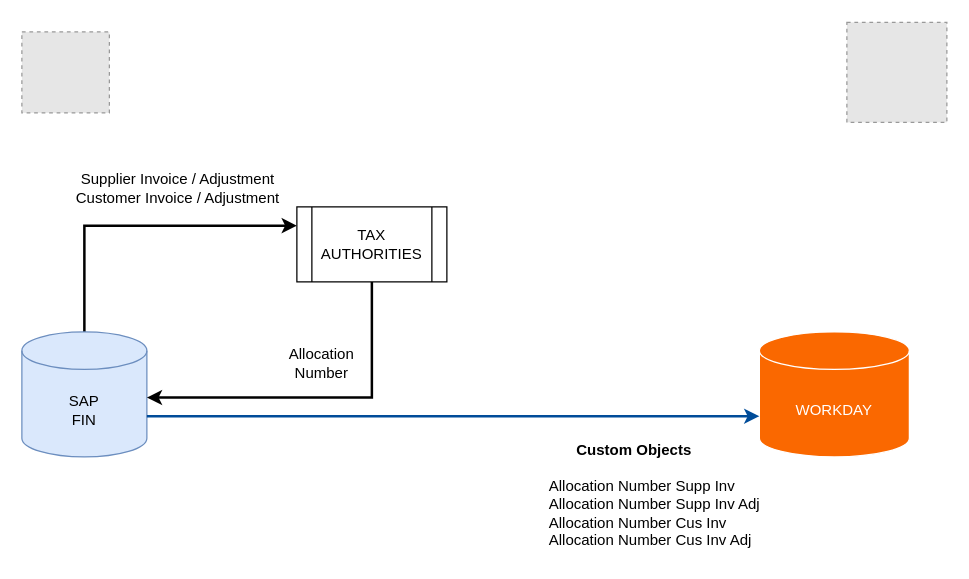
sandyaroma/sandyaroma keeps this draw.io diagram as JET_Customer_Supplier_Invoice_Inbound.drawio. Above is the earlier version. Source tidied: cells renumbered, new cells numbered last; positions are measured from the earlier drawing's top-left corner, leaving out a move shared by most shapes. Both pictures are drawn from the tidied source at 125%, with x=0, y=0 at pixel (21, 21). Pictures stored in the file or linked from it are replaced by grey dashed boxes.
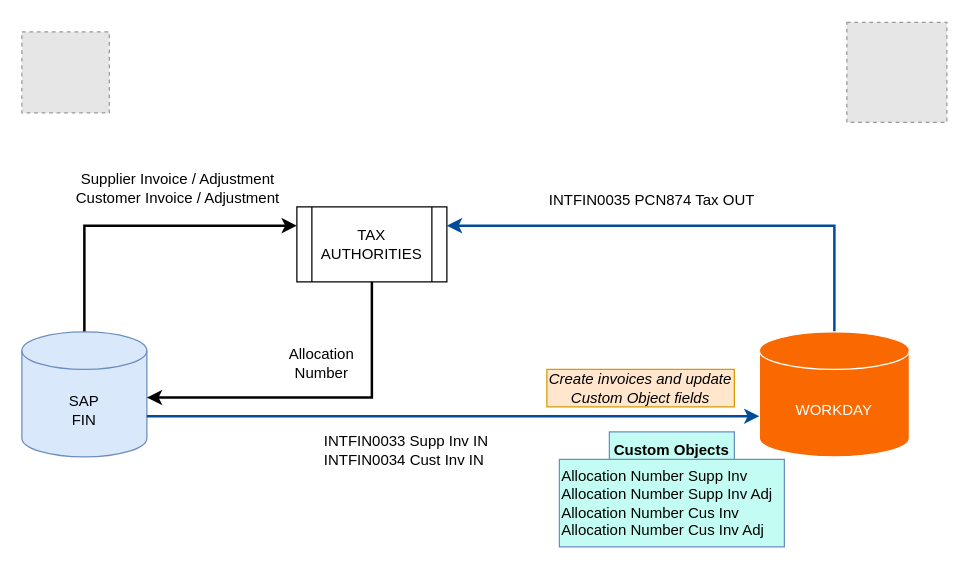
After the change.

The edit, as a diff of the source:
```diff
@@
 <mxGraphModel>
   <root>
     <mxCell id="0" />
     <mxCell id="1" parent="0" />
     <mxCell id="2" style="edgeStyle=orthogonalEdgeStyle;rounded=0;jettySize=auto;html=1;exitX=0.5;exitY=0;exitDx=0;exitDy=0;exitPerimeter=0;entryX=0;entryY=0.25;entryDx=0;entryDy=0;strokeWidth=2;" parent="1" edge="1" source="3" target="5">
       <mxGeometry relative="1" as="geometry" />
     </mxCell>
     <mxCell id="3" value="SAP&lt;div&gt;FIN&lt;/div&gt;" style="shape=cylinder3;whiteSpace=wrap;html=1;boundedLbl=1;backgroundOutline=1;size=15;fillColor=#dae8fc;strokeColor=#6c8ebf;" parent="1" vertex="1">
       <mxGeometry y="248" width="100" height="100" as="geometry" />
     </mxCell>
+    <mxCell id="14" style="edgeStyle=orthogonalEdgeStyle;rounded=0;jettySize=auto;html=1;entryX=1;entryY=0.25;entryDx=0;entryDy=0;strokeColor=#004C99;strokeWidth=2;align=center;verticalAlign=middle;fontFamily=Helvetica;fontSize=11;fontColor=default;labelBackgroundColor=default;endArrow=classic;" parent="1" edge="1" source="4" target="5">
+      <mxGeometry relative="1" as="geometry">
+        <Array as="points">
+          <mxPoint x="650" y="163" />
+        </Array>
+      </mxGeometry>
+    </mxCell>
     <mxCell id="4" value="&lt;font color=&quot;#ffffff&quot;&gt;WORKDAY&lt;/font&gt;" style="shape=cylinder3;whiteSpace=wrap;html=1;boundedLbl=1;backgroundOutline=1;size=15;fillColor=#fa6800;fontColor=#000000;strokeColor=#FFFFFF;" parent="1" vertex="1">
       <mxGeometry x="590" y="248" width="120" height="100" as="geometry" />
     </mxCell>
     <mxCell id="5" value="TAX&lt;div&gt;AUTHORITIES&lt;/div&gt;" style="shape=process;whiteSpace=wrap;html=1;backgroundOutline=1;" parent="1" vertex="1">
       <mxGeometry x="220" y="148" width="120" height="60" as="geometry" />
     </mxCell>
     <mxCell id="6" style="edgeStyle=orthogonalEdgeStyle;rounded=0;jettySize=auto;html=1;exitX=0.5;exitY=1;exitDx=0;exitDy=0;entryX=1;entryY=0;entryDx=0;entryDy=52.5;entryPerimeter=0;strokeWidth=2;" parent="1" edge="1" source="5" target="3">
       <mxGeometry relative="1" as="geometry" />
     </mxCell>
     <mxCell id="7" value="Allocation Number" style="text;html=1;align=center;verticalAlign=middle;whiteSpace=wrap;rounded=0;" parent="1" vertex="1">
       <mxGeometry x="210" y="258" width="60" height="30" as="geometry" />
     </mxCell>
     <mxCell id="8" value="Supplier Invoice / Adjustment&lt;div&gt;Customer Invoice / Adjustment&lt;/div&gt;" style="text;html=1;align=center;verticalAlign=middle;whiteSpace=wrap;rounded=0;" parent="1" vertex="1">
       <mxGeometry x="40" y="118" width="170" height="30" as="geometry" />
     </mxCell>
     <mxCell id="9" style="edgeStyle=orthogonalEdgeStyle;rounded=0;jettySize=auto;html=1;exitX=1;exitY=0;exitDx=0;exitDy=67.5;exitPerimeter=0;entryX=0;entryY=0;entryDx=0;entryDy=67.5;entryPerimeter=0;strokeWidth=2;strokeColor=#004C99;" parent="1" edge="1" source="3" target="4">
       <mxGeometry relative="1" as="geometry" />
     </mxCell>
-    <mxCell id="10" value="&lt;b&gt;Custom Objects&lt;/b&gt;" style="text;html=1;align=center;verticalAlign=middle;whiteSpace=wrap;rounded=0;" parent="1" vertex="1">
-      <mxGeometry x="440" y="328" width="100" height="30" as="geometry" />
+    <mxCell id="10" value="&lt;b&gt;Custom Objects&lt;/b&gt;" style="text;html=1;align=center;verticalAlign=middle;whiteSpace=wrap;rounded=0;fillColor=#C3FCF2;strokeColor=#6c8ebf;" parent="1" vertex="1">
+      <mxGeometry x="470" y="328" width="100" height="30" as="geometry" />
     </mxCell>
-    <mxCell id="11" value="Allocation Number Supp Inv&lt;div&gt;Allocation Number Supp Inv Adj&lt;br&gt;&lt;/div&gt;&lt;div&gt;Allocation Number Cus Inv&lt;br&gt;&lt;/div&gt;&lt;div&gt;Allocation Number Cus Inv Adj&lt;br&gt;&lt;/div&gt;" style="text;html=1;align=left;verticalAlign=middle;whiteSpace=wrap;rounded=0;" parent="1" vertex="1">
-      <mxGeometry x="420" y="358" width="180" height="70" as="geometry" />
+    <mxCell id="11" value="Allocation Number Supp Inv&lt;div&gt;Allocation Number Supp Inv Adj&lt;br&gt;&lt;/div&gt;&lt;div&gt;Allocation Number Cus Inv&lt;br&gt;&lt;/div&gt;&lt;div&gt;Allocation Number Cus Inv Adj&lt;br&gt;&lt;/div&gt;" style="text;html=1;align=left;verticalAlign=middle;whiteSpace=wrap;rounded=0;fillColor=#C3FCF2;strokeColor=#6c8ebf;" parent="1" vertex="1">
+      <mxGeometry x="430" y="350" width="180" height="70" as="geometry" />
     </mxCell>
     <mxCell id="12" style="fillColor=#E6E6E6;strokeColor=#999999;dashed=1;verticalLabelPosition=bottom;labelBackgroundColor=default;verticalAlign=top;" parent="1" vertex="1">
       <mxGeometry y="8" width="70" height="64.8" as="geometry" />
     </mxCell>
     <mxCell id="13" style="fillColor=#E6E6E6;strokeColor=#999999;dashed=1;verticalLabelPosition=bottom;labelBackgroundColor=default;verticalAlign=top;" parent="1" vertex="1">
       <mxGeometry x="660" y="0.4" width="80" height="80" as="geometry" />
     </mxCell>
+    <mxCell id="15" value="INTFIN0033 Supp Inv IN&lt;br&gt;&lt;div&gt;&lt;span style=&quot;background-color: initial;&quot;&gt;INTFIN0034&amp;nbsp;&lt;/span&gt;Cust Inv IN&lt;/div&gt;" style="text;html=1;align=left;verticalAlign=middle;whiteSpace=wrap;rounded=0;" parent="1" vertex="1">
+      <mxGeometry x="240" y="328" width="150" height="30" as="geometry" />
+    </mxCell>
+    <mxCell id="16" value="INTFIN0035 PCN874 Tax OUT" style="text;html=1;align=left;verticalAlign=middle;whiteSpace=wrap;rounded=0;" parent="1" vertex="1">
+      <mxGeometry x="420" y="128" width="190" height="30" as="geometry" />
+    </mxCell>
+    <mxCell id="17" value="&lt;i&gt;Create invoices and update Custom Object fields&lt;/i&gt;" style="text;html=1;align=center;verticalAlign=middle;whiteSpace=wrap;rounded=0;fillColor=#ffe6cc;strokeColor=#d79b00;" parent="1" vertex="1">
+      <mxGeometry x="420" y="278" width="150" height="30" as="geometry" />
+    </mxCell>
   </root>
 </mxGraphModel>
```
